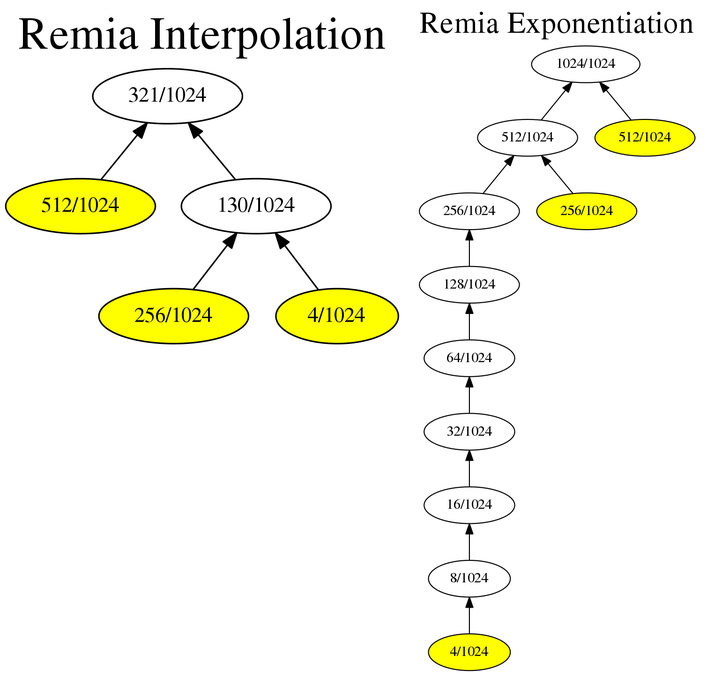
Earlier version of the Graphviz export GuiTool/image/Remia/RemiaDot.png (iitramar/guiTool). Its source is kept beside it as GuiTool/image/Remia/RemiaDot.dot.
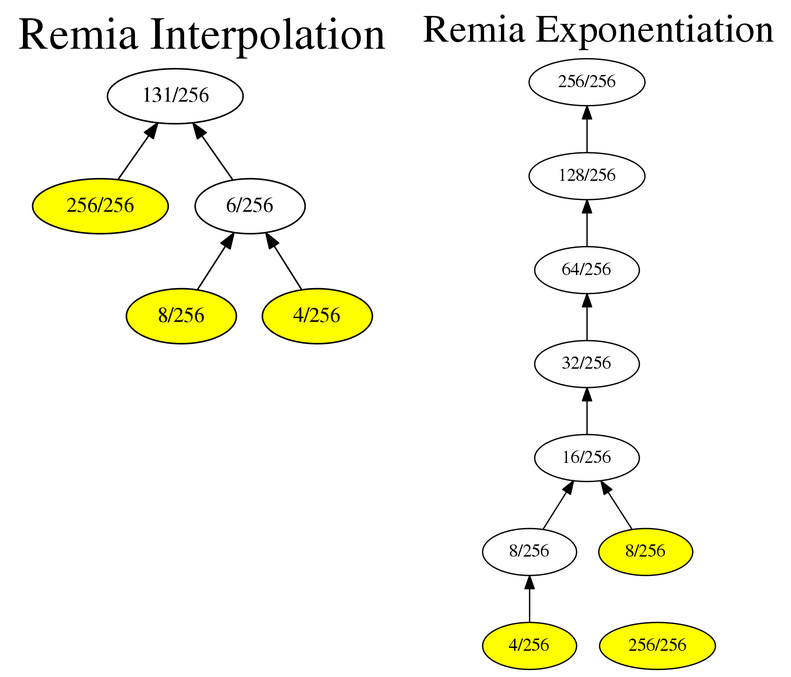
After the change.

Diff of the diagram source:
```diff
@@ -1,15 +1,15 @@
 digraph G {
 rankdir = BT;
 graph [label= "Remia Interpolation", labelloc=t, fontsize=30];
-1[label= " 321/1024 " ];
-2[label= " 512/1024 " ];
+1[label= " 131/256 " ];
+2[label= " 256/256 " ];
 2->1
-3[label= " 130/1024 " ];
+3[label= " 6/256 " ];
 3->1
 2[style=filled, fillcolor=yellow];
-6[label= " 256/1024 " ];
+6[label= " 8/256 " ];
 6->3
-7[label= " 4/1024 " ];
+7[label= " 4/256 " ];
 7->3
 6[style=filled, fillcolor=yellow];
 7[style=filled, fillcolor=yellow];
```
